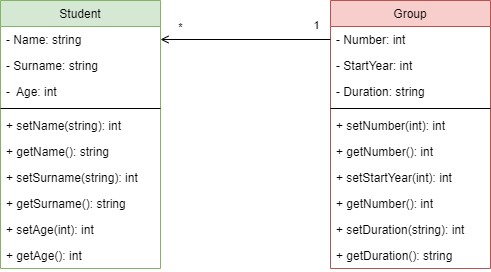
Earlier version of the draw.io export Classes/Диаграмма классов.png (mxngell/Practice-2023). Source tidied: cells renumbered, new cells last; positions are measured from the earlier drawing's top-left corner, leaving out a move shared by most shapes. Its diagram source:
```xml
<mxGraphModel>
  <root>
    <mxCell id="0" />
    <mxCell id="1" parent="0" />
    <mxCell id="2" value="Student" style="swimlane;fontStyle=0;align=center;verticalAlign=top;horizontal=1;startSize=26;rounded=0;shadow=0;strokeWidth=1;fillColor=#d5e8d4;strokeColor=#82b366;" parent="1" vertex="1">
      <mxGeometry width="160" height="268" as="geometry" />
    </mxCell>
    <mxCell id="3" value="- Name: string" style="text;align=left;verticalAlign=top;spacingLeft=4;spacingRight=4;overflow=hidden;points=[[0,0.5],[1,0.5]];portConstraint=eastwest;" parent="2" vertex="1">
      <mxGeometry y="26" width="160" height="26" as="geometry" />
    </mxCell>
    <mxCell id="4" value="- Surname: string" style="text;align=left;verticalAlign=top;spacingLeft=4;spacingRight=4;overflow=hidden;rounded=0;shadow=0;html=0;" parent="2" vertex="1">
      <mxGeometry y="52" width="160" height="26" as="geometry" />
    </mxCell>
    <mxCell id="5" value="-  Age: int" style="text;align=left;verticalAlign=top;spacingLeft=4;spacingRight=4;overflow=hidden;rounded=0;shadow=0;html=0;" parent="2" vertex="1">
      <mxGeometry y="78" width="160" height="26" as="geometry" />
    </mxCell>
    <mxCell id="6" style="line;html=1;strokeWidth=1;align=left;verticalAlign=middle;spacingTop=-1;spacingLeft=3;spacingRight=3;labelPosition=right;" parent="2" vertex="1">
      <mxGeometry y="104" width="160" height="8" as="geometry" />
    </mxCell>
    <mxCell id="7" value="+ setName(string): int" style="text;align=left;verticalAlign=top;spacingLeft=4;spacingRight=4;overflow=hidden;" parent="2" vertex="1">
      <mxGeometry y="112" width="160" height="26" as="geometry" />
    </mxCell>
    <mxCell id="8" value="+ getName(): string" style="text;align=left;verticalAlign=top;spacingLeft=4;spacingRight=4;overflow=hidden;" parent="2" vertex="1">
      <mxGeometry y="138" width="160" height="26" as="geometry" />
    </mxCell>
    <mxCell id="9" value="+ setSurname(string): int" style="text;align=left;verticalAlign=top;spacingLeft=4;spacingRight=4;overflow=hidden;" parent="2" vertex="1">
      <mxGeometry y="164" width="160" height="26" as="geometry" />
    </mxCell>
    <mxCell id="10" value="+ getSurname(): string" style="text;align=left;verticalAlign=top;spacingLeft=4;spacingRight=4;overflow=hidden;" parent="2" vertex="1">
      <mxGeometry y="190" width="160" height="26" as="geometry" />
    </mxCell>
    <mxCell id="11" value="+ setAge(int): int" style="text;align=left;verticalAlign=top;spacingLeft=4;spacingRight=4;overflow=hidden;" parent="2" vertex="1">
      <mxGeometry y="216" width="160" height="26" as="geometry" />
    </mxCell>
    <mxCell id="12" value="+ getAge(): int" style="text;align=left;verticalAlign=top;spacingLeft=4;spacingRight=4;overflow=hidden;" parent="2" vertex="1">
      <mxGeometry y="242" width="160" height="26" as="geometry" />
    </mxCell>
    <mxCell id="13" value="Group" style="swimlane;fontStyle=0;align=center;verticalAlign=top;horizontal=1;startSize=26;rounded=0;shadow=0;strokeWidth=1;fillColor=#f8cecc;strokeColor=#b85450;" parent="1" vertex="1">
      <mxGeometry x="330" width="160" height="268" as="geometry" />
    </mxCell>
    <mxCell id="14" value="- Number: int" style="text;align=left;verticalAlign=top;spacingLeft=4;spacingRight=4;overflow=hidden;points=[[0,0.5],[1,0.5]];portConstraint=eastwest;rounded=0;shadow=0;html=0;" parent="13" vertex="1">
      <mxGeometry y="26" width="160" height="26" as="geometry" />
    </mxCell>
    <mxCell id="15" value="- StartYear: int" style="text;align=left;verticalAlign=top;spacingLeft=4;spacingRight=4;overflow=hidden;rounded=0;shadow=0;html=0;" parent="13" vertex="1">
      <mxGeometry y="52" width="160" height="26" as="geometry" />
    </mxCell>
    <mxCell id="16" value="- Duration: string" style="text;align=left;verticalAlign=top;spacingLeft=4;spacingRight=4;overflow=hidden;rounded=0;shadow=0;html=0;" parent="13" vertex="1">
      <mxGeometry y="78" width="160" height="26" as="geometry" />
    </mxCell>
    <mxCell id="17" style="line;html=1;strokeWidth=1;align=left;verticalAlign=middle;spacingTop=-1;spacingLeft=3;spacingRight=3;labelPosition=right;" parent="13" vertex="1">
      <mxGeometry y="104" width="160" height="8" as="geometry" />
    </mxCell>
    <mxCell id="18" value="+ setNumber(int): int" style="text;align=left;verticalAlign=top;spacingLeft=4;spacingRight=4;overflow=hidden;" parent="13" vertex="1">
      <mxGeometry y="112" width="160" height="26" as="geometry" />
    </mxCell>
    <mxCell id="19" value="+ getNumber(): int" style="text;align=left;verticalAlign=top;spacingLeft=4;spacingRight=4;overflow=hidden;" parent="13" vertex="1">
      <mxGeometry y="138" width="160" height="26" as="geometry" />
    </mxCell>
    <mxCell id="20" value="+ setStartYear(int): int" style="text;align=left;verticalAlign=top;spacingLeft=4;spacingRight=4;overflow=hidden;" parent="13" vertex="1">
      <mxGeometry y="164" width="160" height="26" as="geometry" />
    </mxCell>
    <mxCell id="21" value="+ getNumber(): int" style="text;align=left;verticalAlign=top;spacingLeft=4;spacingRight=4;overflow=hidden;" parent="13" vertex="1">
      <mxGeometry y="190" width="160" height="26" as="geometry" />
    </mxCell>
    <mxCell id="22" value="+ setDuration(string): int" style="text;align=left;verticalAlign=top;spacingLeft=4;spacingRight=4;overflow=hidden;" parent="13" vertex="1">
      <mxGeometry y="216" width="160" height="26" as="geometry" />
    </mxCell>
    <mxCell id="23" value="+ getDuration(): string" style="text;align=left;verticalAlign=top;spacingLeft=4;spacingRight=4;overflow=hidden;" parent="13" vertex="1">
      <mxGeometry y="242" width="160" height="26" as="geometry" />
    </mxCell>
    <mxCell id="24" style="endArrow=open;html=1;rounded=0;endFill=0;entryX=1;entryY=0.5;entryDx=0;entryDy=0;exitX=0;exitY=0.5;exitDx=0;exitDy=0;" parent="1" edge="1" source="14" target="3">
      <mxGeometry relative="1" as="geometry" />
    </mxCell>
    <mxCell id="25" value="*" style="edgeLabel;html=1;align=center;verticalAlign=middle;" parent="24" vertex="1">
      <mxGeometry x="0.51" y="-2" relative="1" as="geometry">
        <mxPoint x="-22" y="-10" as="offset" />
      </mxGeometry>
    </mxCell>
    <mxCell id="26" value="1" style="edgeLabel;html=1;align=center;verticalAlign=middle;" parent="1" vertex="1">
      <mxGeometry x="186.7" y="39" as="geometry">
        <mxPoint x="129" y="-14" as="offset" />
      </mxGeometry>
    </mxCell>
  </root>
</mxGraphModel>
```
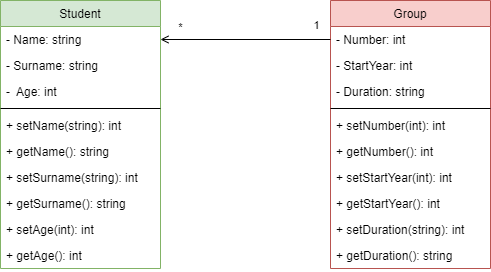
After the commit.

Commit message:
FourthCommit (update UML diagramm)

Change to the diagram source:
```diff
@@ -59,7 +59,7 @@
     <mxCell id="20" value="+ setStartYear(int): int" style="text;align=left;verticalAlign=top;spacingLeft=4;spacingRight=4;overflow=hidden;" parent="13" vertex="1">
       <mxGeometry y="164" width="160" height="26" as="geometry" />
     </mxCell>
-    <mxCell id="21" value="+ getNumber(): int" style="text;align=left;verticalAlign=top;spacingLeft=4;spacingRight=4;overflow=hidden;" parent="13" vertex="1">
+    <mxCell id="21" value="+ getStartYear(): int" style="text;align=left;verticalAlign=top;spacingLeft=4;spacingRight=4;overflow=hidden;" parent="13" vertex="1">
       <mxGeometry y="190" width="160" height="26" as="geometry" />
     </mxCell>
     <mxCell id="22" value="+ setDuration(string): int" style="text;align=left;verticalAlign=top;spacingLeft=4;spacingRight=4;overflow=hidden;" parent="13" vertex="1">
```
